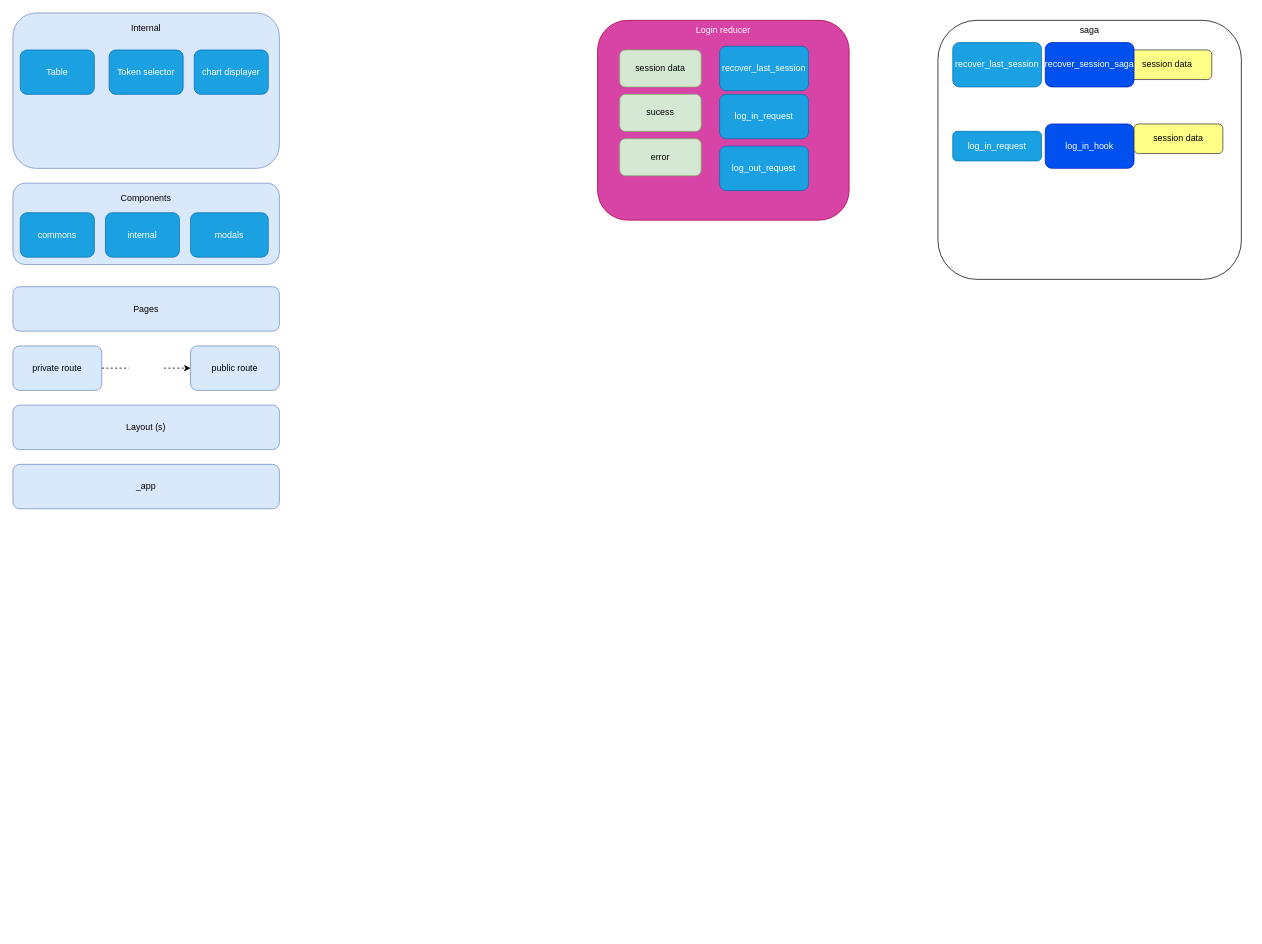
Above: page "Page-1" (1 of 2) of docs/arch.drawio in Loque18/bitnaft (draw.io), before the change. Source tidied: cells renumbered, new cells numbered last; positions are measured from the earlier drawing's top-left corner, leaving out a move shared by most shapes. Both pictures are drawn from the tidied source at 74%, with x=0, y=0 at pixel (13, 13).
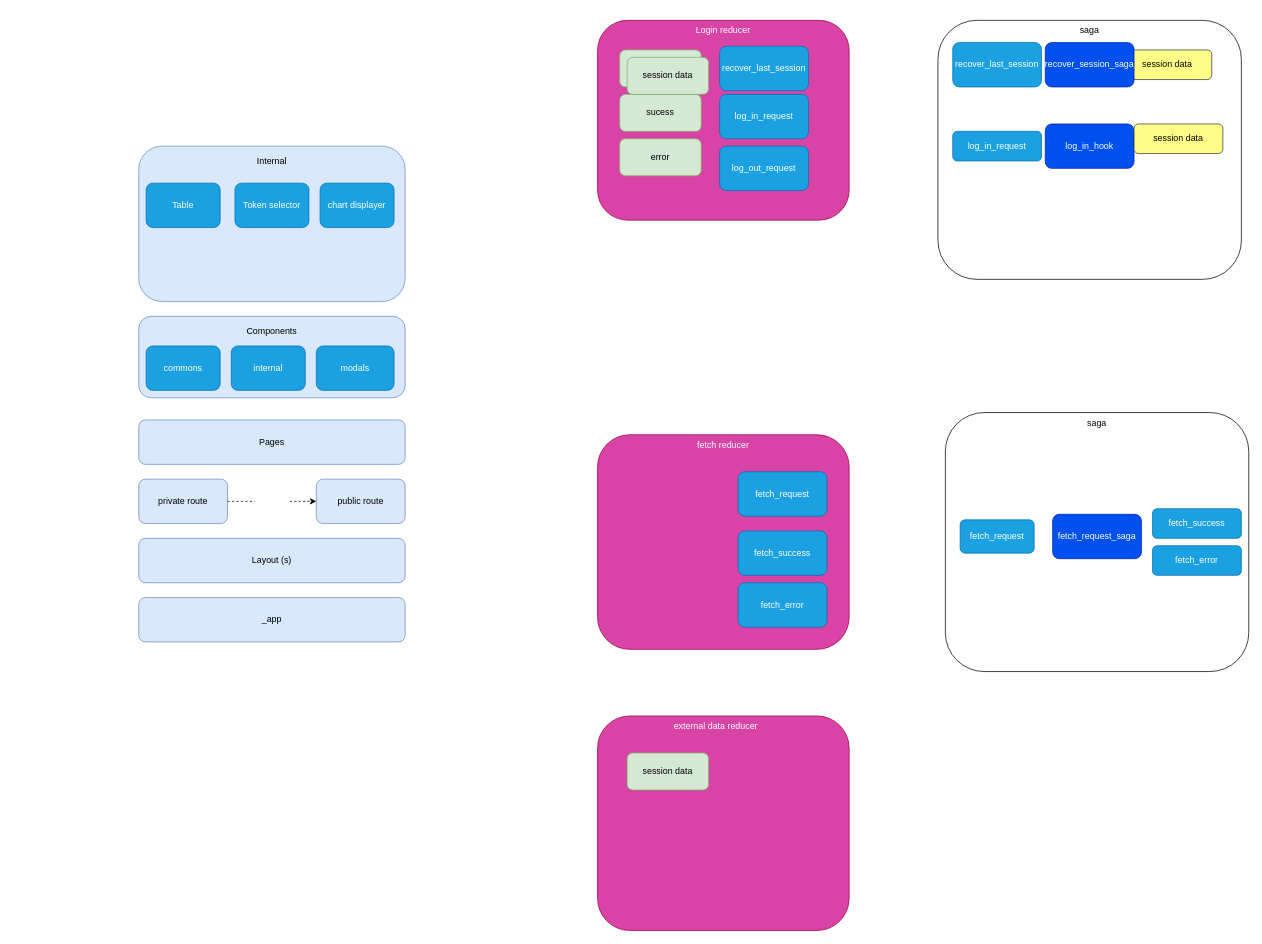
Above is the later version.

Commit message:
chore: updated arch diagram

The edit, as a diff of the source:
```diff
@@
     <mxCell id="2" value="_app" style="rounded=1;whiteSpace=wrap;html=1;fillColor=#dae8fc;strokeColor=#6c8ebf;fontColor=#000000;" parent="1" vertex="1">
-      <mxGeometry y="610" width="360" height="60" as="geometry" />
+      <mxGeometry x="170" y="790" width="360" height="60" as="geometry" />
     </mxCell>
     <mxCell id="3" value="private route" style="rounded=1;whiteSpace=wrap;html=1;fillColor=#dae8fc;strokeColor=#6c8ebf;fontColor=#000000;" parent="1" vertex="1">
-      <mxGeometry y="450" width="120" height="60" as="geometry" />
+      <mxGeometry x="170" y="630" width="120" height="60" as="geometry" />
     </mxCell>
     <mxCell id="4" value="public route" style="rounded=1;whiteSpace=wrap;html=1;fillColor=#dae8fc;strokeColor=#6c8ebf;fontColor=#000000;" parent="1" vertex="1">
-      <mxGeometry x="240" y="450" width="120" height="60" as="geometry" />
+      <mxGeometry x="410" y="630" width="120" height="60" as="geometry" />
     </mxCell>
@@
     <mxCell id="6" value="Layout (s)" style="rounded=1;whiteSpace=wrap;html=1;fillColor=#dae8fc;strokeColor=#6c8ebf;fontColor=#000000;" parent="1" vertex="1">
-      <mxGeometry y="530" width="360" height="60" as="geometry" />
+      <mxGeometry x="170" y="710" width="360" height="60" as="geometry" />
     </mxCell>
     <mxCell id="7" value="Pages" style="rounded=1;whiteSpace=wrap;html=1;fillColor=#dae8fc;strokeColor=#6c8ebf;fontColor=#000000;" parent="1" vertex="1">
-      <mxGeometry y="370" width="360" height="60" as="geometry" />
+      <mxGeometry x="170" y="550" width="360" height="60" as="geometry" />
     </mxCell>
     <mxCell id="8" value="Components" style="rounded=1;whiteSpace=wrap;html=1;fillColor=#dae8fc;strokeColor=#6c8ebf;fontColor=#000000;verticalAlign=top;spacingTop=7;" parent="1" vertex="1">
-      <mxGeometry y="230" width="360" height="110" as="geometry" />
+      <mxGeometry x="170" y="410" width="360" height="110" as="geometry" />
     </mxCell>
     <mxCell id="9" value="commons" style="rounded=1;whiteSpace=wrap;html=1;fontColor=#ffffff;fillColor=#1ba1e2;strokeColor=#006EAF;" parent="1" vertex="1">
-      <mxGeometry x="10" y="270" width="100" height="60" as="geometry" />
+      <mxGeometry x="180" y="450" width="100" height="60" as="geometry" />
     </mxCell>
     <mxCell id="10" value="internal" style="rounded=1;whiteSpace=wrap;html=1;fontColor=#ffffff;fillColor=#1ba1e2;strokeColor=#006EAF;" parent="1" vertex="1">
-      <mxGeometry x="125" y="270" width="100" height="60" as="geometry" />
+      <mxGeometry x="295" y="450" width="100" height="60" as="geometry" />
     </mxCell>
     <mxCell id="11" value="modals" style="rounded=1;whiteSpace=wrap;html=1;fontColor=#ffffff;fillColor=#1ba1e2;strokeColor=#006EAF;" parent="1" vertex="1">
-      <mxGeometry x="240" y="270" width="105" height="60" as="geometry" />
+      <mxGeometry x="410" y="450" width="105" height="60" as="geometry" />
     </mxCell>
     <mxCell id="12" value="Internal" style="rounded=1;whiteSpace=wrap;html=1;fillColor=#dae8fc;strokeColor=#6c8ebf;fontColor=#000000;verticalAlign=top;spacingTop=7;" parent="1" vertex="1">
-      <mxGeometry width="360" height="210" as="geometry" />
+      <mxGeometry x="170" y="180" width="360" height="210" as="geometry" />
     </mxCell>
     <mxCell id="13" value="Table" style="rounded=1;whiteSpace=wrap;html=1;fontColor=#ffffff;fillColor=#1ba1e2;strokeColor=#006EAF;" parent="1" vertex="1">
-      <mxGeometry x="10" y="50" width="100" height="60" as="geometry" />
+      <mxGeometry x="180" y="230" width="100" height="60" as="geometry" />
     </mxCell>
     <mxCell id="14" value="Token selector" style="rounded=1;whiteSpace=wrap;html=1;fontColor=#ffffff;fillColor=#1ba1e2;strokeColor=#006EAF;" parent="1" vertex="1">
-      <mxGeometry x="130" y="50" width="100" height="60" as="geometry" />
+      <mxGeometry x="300" y="230" width="100" height="60" as="geometry" />
     </mxCell>
     <mxCell id="15" value="chart displayer" style="rounded=1;whiteSpace=wrap;html=1;fontColor=#ffffff;fillColor=#1ba1e2;strokeColor=#006EAF;" parent="1" vertex="1">
-      <mxGeometry x="245" y="50" width="100" height="60" as="geometry" />
+      <mxGeometry x="415" y="230" width="100" height="60" as="geometry" />
     </mxCell>
@@
+    <mxCell id="30" value="fetch reducer" style="rounded=1;whiteSpace=wrap;html=1;fontColor=#ffffff;fillColor=#D843A6;strokeColor=#A50040;verticalAlign=top;" parent="1" vertex="1">
+      <mxGeometry x="790" y="570" width="340" height="290" as="geometry" />
+    </mxCell>
+    <mxCell id="31" value="fetch_request" style="rounded=1;whiteSpace=wrap;html=1;fontColor=#ffffff;fillColor=#1ba1e2;strokeColor=#006EAF;" parent="1" vertex="1">
+      <mxGeometry x="980" y="620" width="120" height="60" as="geometry" />
+    </mxCell>
+    <mxCell id="32" value="fetch_success" style="rounded=1;whiteSpace=wrap;html=1;fontColor=#ffffff;fillColor=#1ba1e2;strokeColor=#006EAF;" parent="1" vertex="1">
+      <mxGeometry x="980" y="700" width="120" height="60" as="geometry" />
+    </mxCell>
+    <mxCell id="33" value="fetch_error" style="rounded=1;whiteSpace=wrap;html=1;fontColor=#ffffff;fillColor=#1ba1e2;strokeColor=#006EAF;" parent="1" vertex="1">
+      <mxGeometry x="980" y="770" width="120" height="60" as="geometry" />
+    </mxCell>
+    <mxCell id="34" value="saga" style="rounded=1;whiteSpace=wrap;html=1;verticalAlign=top;" parent="1" vertex="1">
+      <mxGeometry x="1260" y="540" width="410" height="350" as="geometry" />
+    </mxCell>
+    <mxCell id="35" value="fetch_request_saga" style="rounded=1;whiteSpace=wrap;html=1;fontColor=#ffffff;fillColor=#0050ef;strokeColor=#001DBC;" parent="1" vertex="1">
+      <mxGeometry x="1405" y="677.5" width="120" height="60" as="geometry" />
+    </mxCell>
+    <mxCell id="36" value="fetch_request" style="rounded=1;whiteSpace=wrap;html=1;fontColor=#ffffff;fillColor=#1ba1e2;strokeColor=#006EAF;" parent="1" vertex="1">
+      <mxGeometry x="1280" y="685" width="100" height="45" as="geometry" />
+    </mxCell>
+    <mxCell id="37" value="fetch_success" style="rounded=1;whiteSpace=wrap;html=1;fontColor=#ffffff;fillColor=#1ba1e2;strokeColor=#006EAF;" parent="1" vertex="1">
+      <mxGeometry x="1540" y="670" width="120" height="40" as="geometry" />
+    </mxCell>
+    <mxCell id="38" value="fetch_error" style="rounded=1;whiteSpace=wrap;html=1;fontColor=#ffffff;fillColor=#1ba1e2;strokeColor=#006EAF;" parent="1" vertex="1">
+      <mxGeometry x="1540" y="720" width="120" height="40" as="geometry" />
+    </mxCell>
+    <mxCell id="39" value="external data reducer&lt;span style=&quot;white-space: pre&quot;&gt;&#9;&lt;/span&gt;" style="rounded=1;whiteSpace=wrap;html=1;fontColor=#ffffff;fillColor=#D843A6;strokeColor=#A50040;verticalAlign=top;" parent="1" vertex="1">
+      <mxGeometry x="790" y="950" width="340" height="290" as="geometry" />
+    </mxCell>
+    <mxCell id="40" value="session data" style="rounded=1;whiteSpace=wrap;html=1;fillColor=#d5e8d4;strokeColor=#82b366;fontColor=#000000;" parent="1" vertex="1">
+      <mxGeometry x="830" y="60" width="110" height="50" as="geometry" />
+    </mxCell>
+    <mxCell id="41" value="session data" style="rounded=1;whiteSpace=wrap;html=1;fillColor=#d5e8d4;strokeColor=#82b366;fontColor=#000000;" parent="1" vertex="1">
+      <mxGeometry x="830" y="1000" width="110" height="50" as="geometry" />
+    </mxCell>
```
